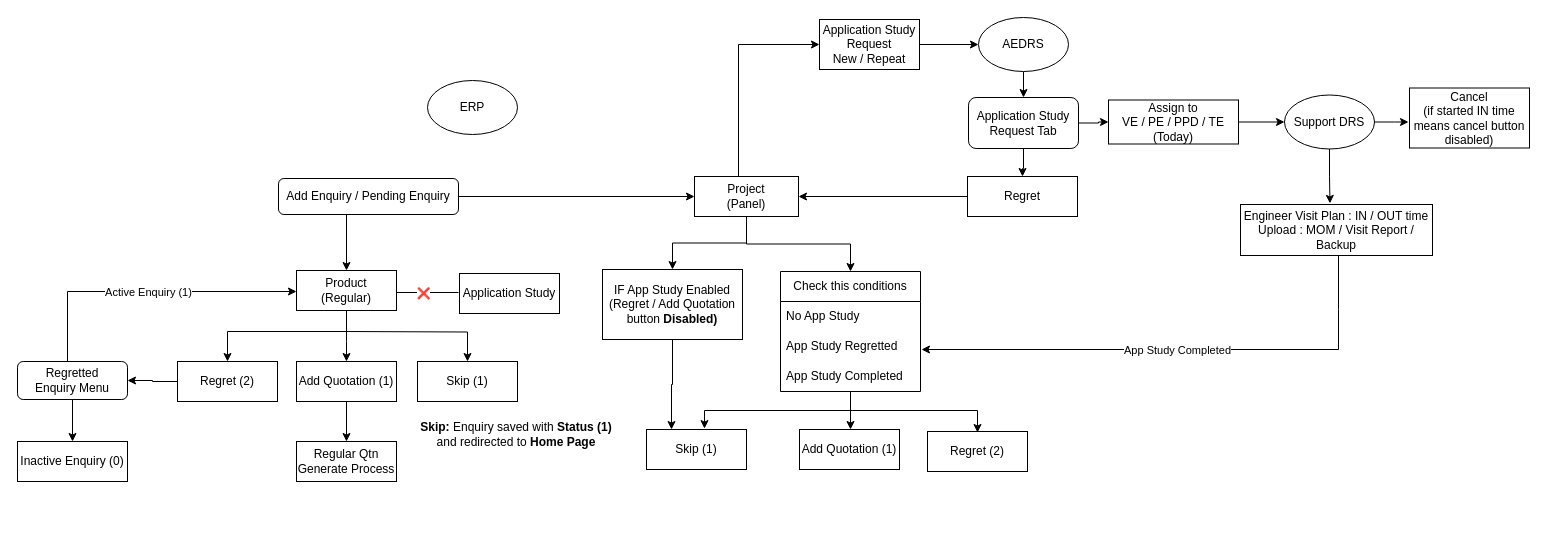
Earlier version of the draw.io diagram page "Add Enquiry / Pending Enquiry" (9 of 9) of ERP_FLOW.drawio (Sathyapriya30/MERN_CRUD_BACKEND). Source tidied: cells renumbered, new cells numbered last; positions are measured from the earlier drawing's top-left corner, leaving out a move shared by most shapes. Both pictures are drawn from the tidied source at 100%, with x=0, y=0 at pixel (17, 17).
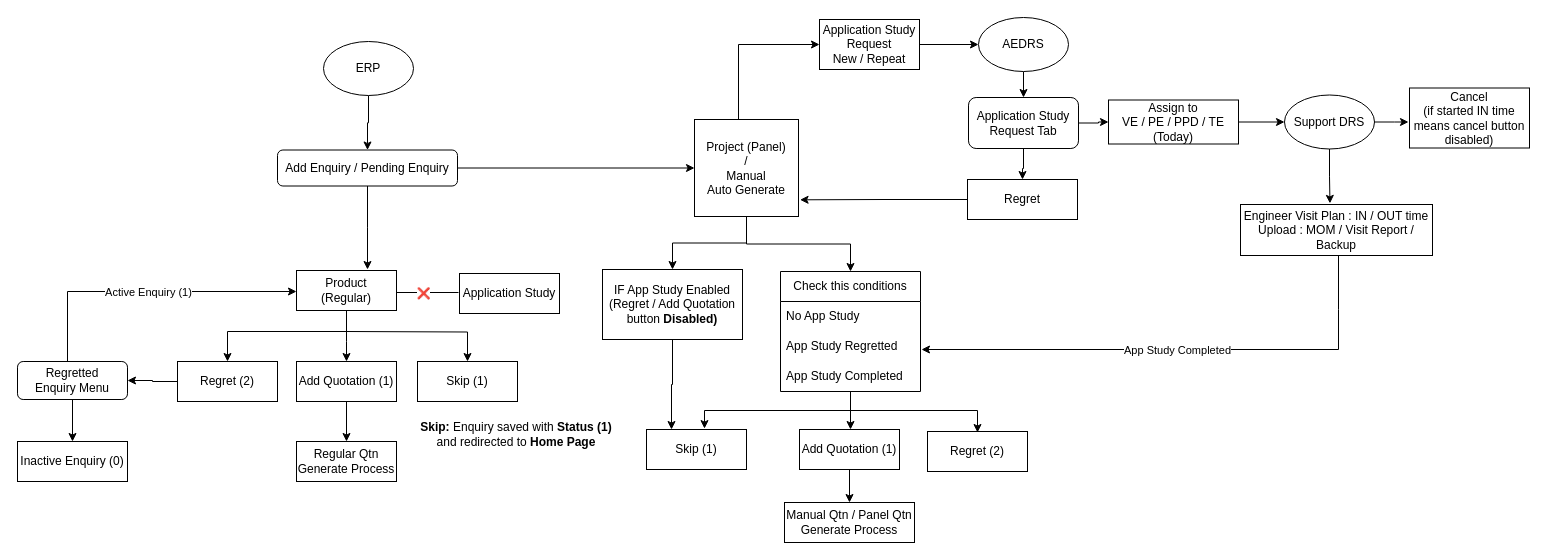
After the change.

Unchanged cells that the change refers to:
```xml
<mxCell id="29" value="Add Quotation (1)" style="rounded=0;whiteSpace=wrap;html=1;" parent="1" vertex="1">
  <mxGeometry x="782" y="412" width="100" height="40" as="geometry" />
</mxCell>
```

Change to the diagram source:
```diff
@@
-    <mxCell id="3" style="edgeStyle=orthogonalEdgeStyle;rounded=0;orthogonalLoop=1;jettySize=auto;html=1;entryX=0.75;entryY=0;entryDx=0;entryDy=0;" parent="1" edge="1">
-      <mxGeometry relative="1" as="geometry">
-        <mxPoint x="326" y="197" as="sourcePoint" />
-        <mxPoint x="329" y="253" as="targetPoint" />
-        <Array as="points">
-          <mxPoint x="329" y="197" />
-        </Array>
-      </mxGeometry>
-    </mxCell>
+    <mxCell id="59" style="edgeStyle=orthogonalEdgeStyle;rounded=0;jettySize=auto;html=1;" parent="1" edge="1" source="4">
+      <mxGeometry relative="1" as="geometry">
+        <mxPoint x="350" y="252" as="targetPoint" />
+      </mxGeometry>
+    </mxCell>
     <mxCell id="4" value="Add Enquiry / Pending Enquiry" style="rounded=1;whiteSpace=wrap;html=1;" parent="1" vertex="1">
-      <mxGeometry x="261" y="161" width="180" height="36" as="geometry" />
+      <mxGeometry x="260" y="132.5" width="180" height="36" as="geometry" />
     </mxCell>
@@
-    <mxCell id="27" value="Project&lt;br&gt;(Panel)" style="rounded=0;whiteSpace=wrap;html=1;" parent="1" vertex="1">
-      <mxGeometry x="677" y="159" width="104" height="40" as="geometry" />
+    <mxCell id="27" value="Project (Panel)&lt;br&gt;/&lt;br&gt;Manual&lt;br&gt;Auto Generate" style="rounded=0;whiteSpace=wrap;html=1;" parent="1" vertex="1">
+      <mxGeometry x="677" y="102" width="104" height="97" as="geometry" />
     </mxCell>
@@
+    <mxCell id="60" style="edgeStyle=orthogonalEdgeStyle;rounded=0;jettySize=auto;html=1;entryX=0.5;entryY=0;entryDx=0;entryDy=0;" parent="1" edge="1" source="29" target="62">
+      <mxGeometry relative="1" as="geometry" />
+    </mxCell>
@@
+    <mxCell id="61" style="edgeStyle=orthogonalEdgeStyle;rounded=0;jettySize=auto;html=1;entryX=0.5;entryY=0;entryDx=0;entryDy=0;" parent="1" edge="1" source="40" target="4">
+      <mxGeometry relative="1" as="geometry" />
+    </mxCell>
     <mxCell id="40" value="ERP" style="ellipse;whiteSpace=wrap;html=1;" parent="1" vertex="1">
-      <mxGeometry x="410" y="63" width="90" height="54" as="geometry" />
+      <mxGeometry x="306" y="24" width="90" height="54" as="geometry" />
     </mxCell>
@@
-    <mxCell id="53" style="edgeStyle=orthogonalEdgeStyle;rounded=0;jettySize=auto;html=1;entryX=1;entryY=0.5;entryDx=0;entryDy=0;" parent="1" edge="1" source="54" target="27">
-      <mxGeometry relative="1" as="geometry" />
-    </mxCell>
     <mxCell id="54" value="Regret" style="rounded=0;whiteSpace=wrap;html=1;" parent="1" vertex="1">
-      <mxGeometry x="950" y="159" width="110" height="40" as="geometry" />
+      <mxGeometry x="950" y="162" width="110" height="40" as="geometry" />
     </mxCell>
@@
+    <mxCell id="53" style="edgeStyle=orthogonalEdgeStyle;rounded=0;jettySize=auto;html=1;entryX=1.015;entryY=0.828;entryDx=0;entryDy=0;entryPerimeter=0;" parent="1" edge="1" source="54" target="27">
+      <mxGeometry relative="1" as="geometry" />
+    </mxCell>
+    <mxCell id="62" value="Manual Qtn / Panel Qtn Generate Process" style="rounded=0;whiteSpace=wrap;html=1;" parent="1" vertex="1">
+      <mxGeometry x="767" y="485" width="130" height="40" as="geometry" />
+    </mxCell>
```
